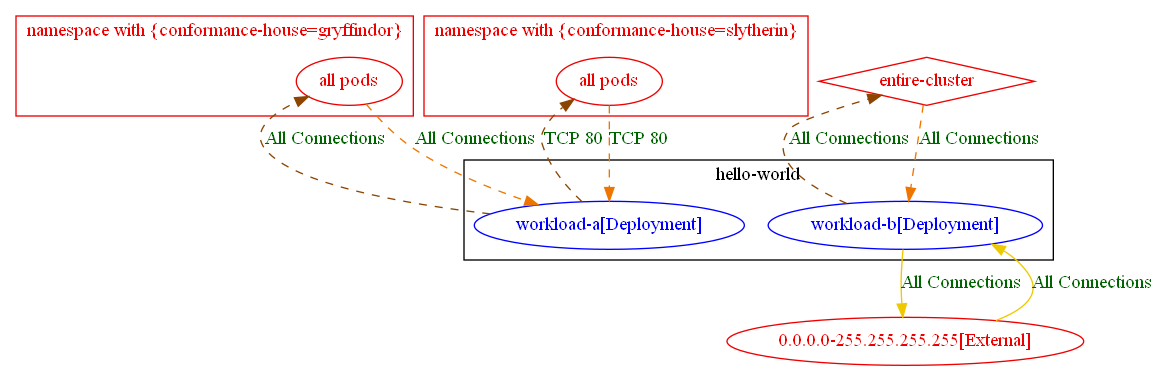
np-guard/netpol-analyzer keeps this Graphviz diagram as test_outputs/connlist/exposure_test_with_anp_2_w_np_exposure_output.dot.png. Above is the earlier version. Its source is kept beside it as test_outputs/connlist/exposure_test_with_anp_2_w_np_exposure_output.dot.
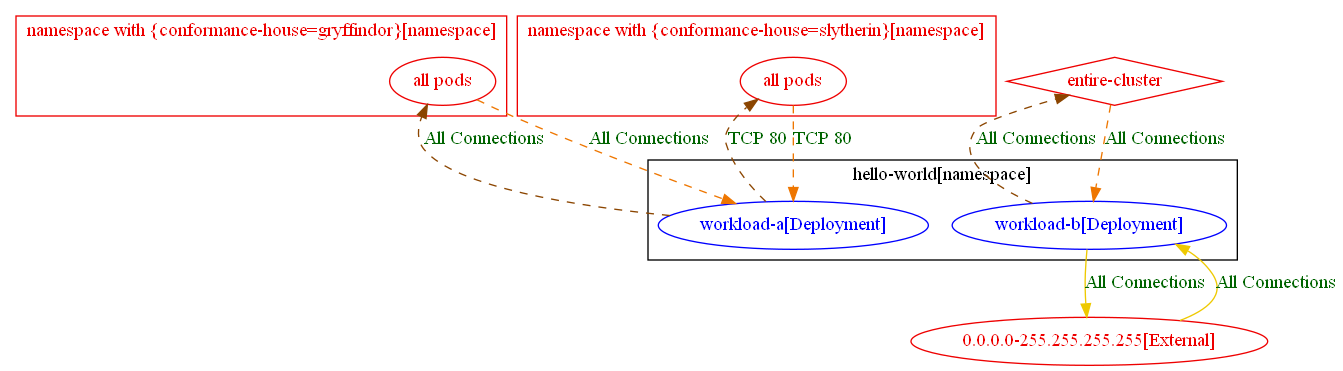
Later version of the same file.

What changed in the source:
```diff
@@ -1,22 +1,22 @@
 digraph {
-	subgraph "cluster_hello_world" {
+	subgraph "cluster_hello_world[namespace]" {
 		color="black"
 		fontcolor="black"
 		"hello-world/workload-a[Deployment]" [label="workload-a[Deployment]" color="blue" fontcolor="blue"]
 		"hello-world/workload-b[Deployment]" [label="workload-b[Deployment]" color="blue" fontcolor="blue"]
-		label="hello-world"
+		label="hello-world[namespace]"
 	}
-	subgraph "cluster_namespace with {conformance_house=gryffindor}" {
+	subgraph "cluster_namespace with {conformance_house=gryffindor}[namespace]" {
 		color="red2"
 		fontcolor="red2"
 		"all pods_in_namespace with {conformance-house=gryffindor}" [label="all pods" color="red2" fontcolor="red2"]
-		label="namespace with {conformance-house=gryffindor}"
+		label="namespace with {conformance-house=gryffindor}[namespace]"
 	}
-	subgraph "cluster_namespace with {conformance_house=slytherin}" {
+	subgraph "cluster_namespace with {conformance_house=slytherin}[namespace]" {
 		color="red2"
 		fontcolor="red2"
 		"all pods_in_namespace with {conformance-house=slytherin}" [label="all pods" color="red2" fontcolor="red2"]
-		label="namespace with {conformance-house=slytherin}"
+		label="namespace with {conformance-house=slytherin}[namespace]"
 	}
 	"0.0.0.0-255.255.255.255[External]" [label="0.0.0.0-255.255.255.255[External]" color="red2" fontcolor="red2"]
 	"entire-cluster" [label="entire-cluster" color="red2" fontcolor="red2" shape=diamond]
```
